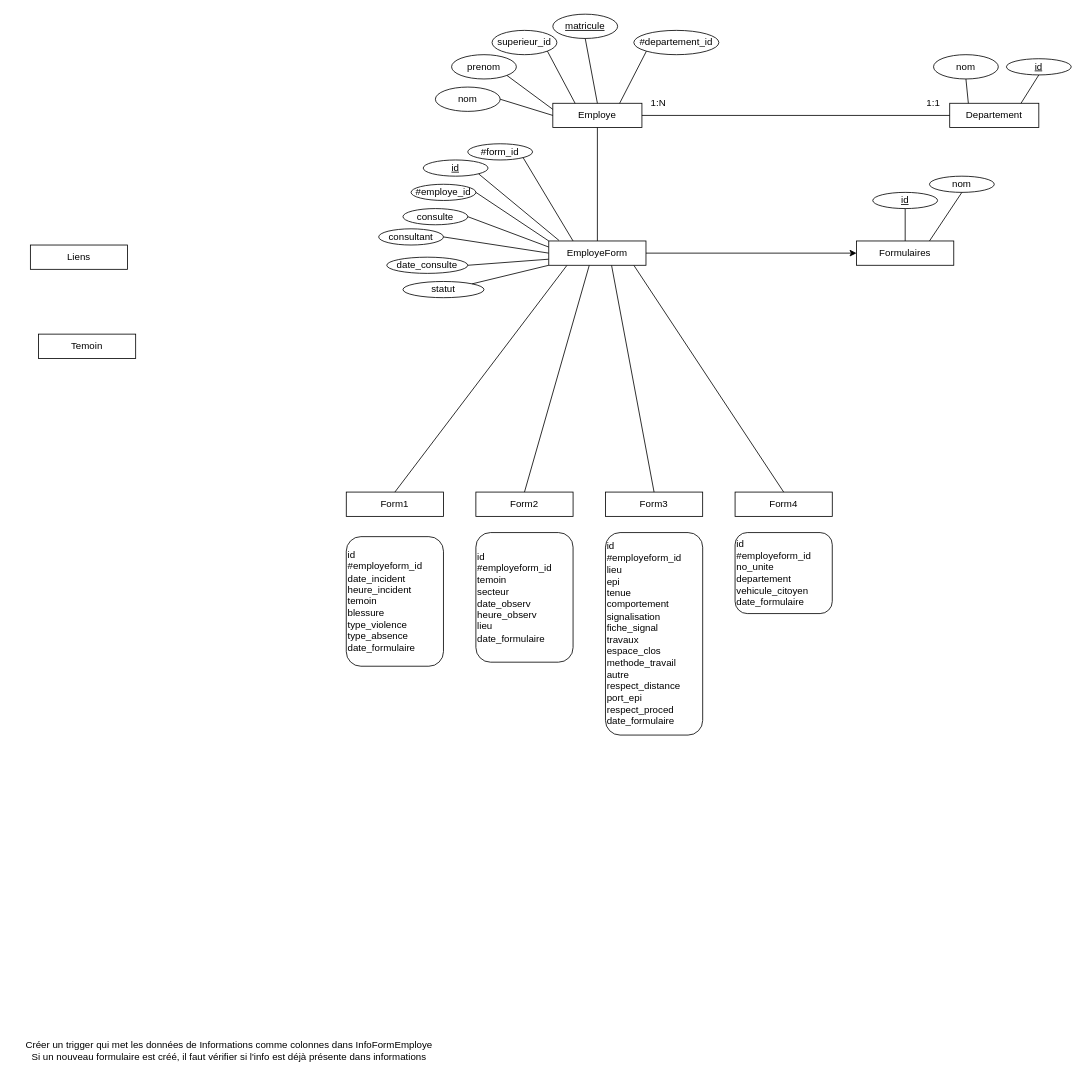
Earlier version of the draw.io diagram Notes/BDD/BDD.drawio (antoineg94/Projet-integration). Source tidied: cells renumbered, new cells numbered last; positions are measured from the earlier drawing's top-left corner, leaving out a move shared by most shapes. Both pictures are drawn from the tidied source at 81%, with x=0, y=0 at pixel (14, 14).
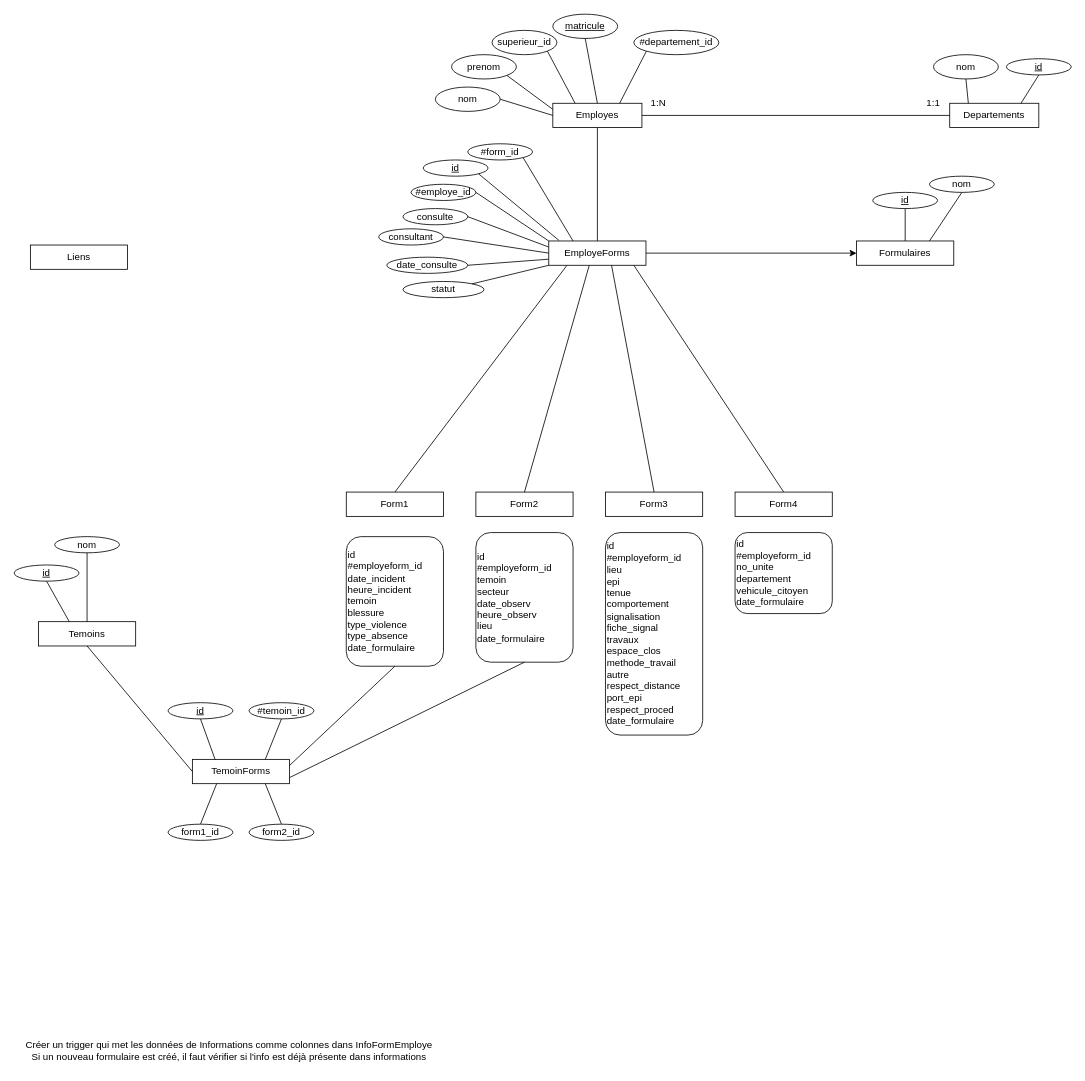
Above is the later version.

Commit message (it also covers changes not shown here):
tables temoins et temoinforms

The change refers to these unchanged cells:
```xml
<mxCell id="33" value="id&lt;br&gt;#employeform_id&lt;br&gt;&lt;span style=&quot;background-color: initial;&quot;&gt;date_incident&lt;/span&gt;&lt;br&gt;&lt;div style=&quot;&quot;&gt;heure_incident&lt;/div&gt;&lt;div style=&quot;&quot;&gt;temoin&lt;/div&gt;&lt;div style=&quot;&quot;&gt;blessure&lt;/div&gt;&lt;div style=&quot;&quot;&gt;type_violence&lt;/div&gt;&lt;div style=&quot;&quot;&gt;type_absence&lt;/div&gt;&lt;div style=&quot;&quot;&gt;date_formulaire&lt;/div&gt;" style="rounded=1;whiteSpace=wrap;html=1;align=left;" parent="1" vertex="1">
  <mxGeometry x="410" y="645" width="120" height="160" as="geometry" />
</mxCell>
<mxCell id="34" value="id&lt;br&gt;#employeform_id&lt;br&gt;&lt;span style=&quot;background-color: initial;&quot;&gt;temoin&lt;/span&gt;&lt;br&gt;&lt;div style=&quot;&quot;&gt;secteur&lt;/div&gt;&lt;div style=&quot;&quot;&gt;date_observ&lt;/div&gt;&lt;div style=&quot;&quot;&gt;heure_observ&lt;/div&gt;&lt;div style=&quot;&quot;&gt;lieu&lt;/div&gt;&lt;div style=&quot;&quot;&gt;date_formulaire&lt;/div&gt;" style="rounded=1;whiteSpace=wrap;html=1;align=left;" parent="1" vertex="1">
  <mxGeometry x="570" y="640" width="120" height="160" as="geometry" />
</mxCell>
```

Diff of the diagram source:
```diff
@@
-    <mxCell id="2" value="Employe" style="rounded=0;whiteSpace=wrap;html=1;" parent="1" vertex="1">
+    <mxCell id="2" value="Employes" style="rounded=0;whiteSpace=wrap;html=1;" parent="1" vertex="1">
       <mxGeometry x="665" y="110" width="110" height="30" as="geometry" />
     </mxCell>
@@
-    <mxCell id="4" value="Departement" style="rounded=0;whiteSpace=wrap;html=1;" parent="1" vertex="1">
+    <mxCell id="4" value="Departements" style="rounded=0;whiteSpace=wrap;html=1;" parent="1" vertex="1">
       <mxGeometry x="1155" y="110" width="110" height="30" as="geometry" />
     </mxCell>
@@
-    <mxCell id="44" value="EmployeForm" style="rounded=0;whiteSpace=wrap;html=1;" parent="1" vertex="1">
+    <mxCell id="44" value="EmployeForms" style="rounded=0;whiteSpace=wrap;html=1;" parent="1" vertex="1">
       <mxGeometry x="660" y="280" width="120" height="30" as="geometry" />
     </mxCell>
@@
-    <mxCell id="50" value="Temoin" style="rounded=0;whiteSpace=wrap;html=1;" parent="1" vertex="1">
-      <mxGeometry x="30" y="395" width="120" height="30" as="geometry" />
+    <mxCell id="50" value="Temoins" style="rounded=0;whiteSpace=wrap;html=1;" parent="1" vertex="1">
+      <mxGeometry x="30" y="750" width="120" height="30" as="geometry" />
     </mxCell>
@@
+    <mxCell id="58" value="&lt;u&gt;id&lt;/u&gt;" style="ellipse;whiteSpace=wrap;html=1;" parent="1" vertex="1">
+      <mxGeometry y="680" width="80" height="20" as="geometry" />
+    </mxCell>
+    <mxCell id="59" style="endArrow=none;html=1;rounded=0;entryX=0.5;entryY=1;entryDx=0;entryDy=0;exitX=0.317;exitY=0;exitDx=0;exitDy=0;exitPerimeter=0;" parent="1" edge="1" source="50" target="58">
+      <mxGeometry relative="1" as="geometry" />
+    </mxCell>
+    <mxCell id="60" value="nom" style="ellipse;whiteSpace=wrap;html=1;" parent="1" vertex="1">
+      <mxGeometry x="50" y="645" width="80" height="20" as="geometry" />
+    </mxCell>
+    <mxCell id="61" style="endArrow=none;html=1;rounded=0;entryX=0.5;entryY=1;entryDx=0;entryDy=0;exitX=0.5;exitY=0;exitDx=0;exitDy=0;" parent="1" edge="1" source="50" target="60">
+      <mxGeometry relative="1" as="geometry" />
+    </mxCell>
+    <mxCell id="62" value="TemoinForms" style="rounded=0;whiteSpace=wrap;html=1;" parent="1" vertex="1">
+      <mxGeometry x="220" y="920" width="120" height="30" as="geometry" />
+    </mxCell>
+    <mxCell id="63" style="endArrow=none;html=1;rounded=0;entryX=0.5;entryY=1;entryDx=0;entryDy=0;exitX=0;exitY=0.5;exitDx=0;exitDy=0;" parent="1" edge="1" source="62" target="50">
+      <mxGeometry relative="1" as="geometry" />
+    </mxCell>
+    <mxCell id="64" value="&lt;u&gt;id&lt;/u&gt;" style="ellipse;whiteSpace=wrap;html=1;" parent="1" vertex="1">
+      <mxGeometry x="190" y="850" width="80" height="20" as="geometry" />
+    </mxCell>
+    <mxCell id="65" style="endArrow=none;html=1;rounded=0;entryX=0.5;entryY=1;entryDx=0;entryDy=0;exitX=0.317;exitY=0;exitDx=0;exitDy=0;exitPerimeter=0;" parent="1" edge="1" target="64">
+      <mxGeometry relative="1" as="geometry">
+        <mxPoint x="248" y="920" as="sourcePoint" />
+      </mxGeometry>
+    </mxCell>
+    <mxCell id="66" value="form1_id" style="ellipse;whiteSpace=wrap;html=1;" parent="1" vertex="1">
+      <mxGeometry x="190" y="1000" width="80" height="20" as="geometry" />
+    </mxCell>
+    <mxCell id="67" style="endArrow=none;html=1;rounded=0;entryX=0.5;entryY=0;entryDx=0;entryDy=0;exitX=0.25;exitY=1;exitDx=0;exitDy=0;" parent="1" edge="1" source="62" target="66">
+      <mxGeometry relative="1" as="geometry" />
+    </mxCell>
+    <mxCell id="68" value="form2_id" style="ellipse;whiteSpace=wrap;html=1;" parent="1" vertex="1">
+      <mxGeometry x="290" y="1000" width="80" height="20" as="geometry" />
+    </mxCell>
+    <mxCell id="69" style="endArrow=none;html=1;rounded=0;entryX=0.5;entryY=0;entryDx=0;entryDy=0;exitX=0.75;exitY=1;exitDx=0;exitDy=0;" parent="1" edge="1" source="62" target="68">
+      <mxGeometry relative="1" as="geometry" />
+    </mxCell>
+    <mxCell id="70" value="#temoin_id" style="ellipse;whiteSpace=wrap;html=1;" parent="1" vertex="1">
+      <mxGeometry x="290" y="850" width="80" height="20" as="geometry" />
+    </mxCell>
+    <mxCell id="71" style="endArrow=none;html=1;rounded=0;entryX=0.5;entryY=1;entryDx=0;entryDy=0;exitX=0.75;exitY=0;exitDx=0;exitDy=0;" parent="1" edge="1" source="62" target="70">
+      <mxGeometry relative="1" as="geometry" />
+    </mxCell>
+    <mxCell id="72" style="endArrow=none;html=1;rounded=0;exitX=1;exitY=0.25;exitDx=0;exitDy=0;entryX=0.5;entryY=1;entryDx=0;entryDy=0;" parent="1" edge="1" source="62" target="33">
+      <mxGeometry relative="1" as="geometry" />
+    </mxCell>
+    <mxCell id="73" style="endArrow=none;html=1;rounded=0;entryX=0.5;entryY=1;entryDx=0;entryDy=0;exitX=1;exitY=0.75;exitDx=0;exitDy=0;" parent="1" edge="1" source="62" target="34">
+      <mxGeometry relative="1" as="geometry" />
+    </mxCell>
```
